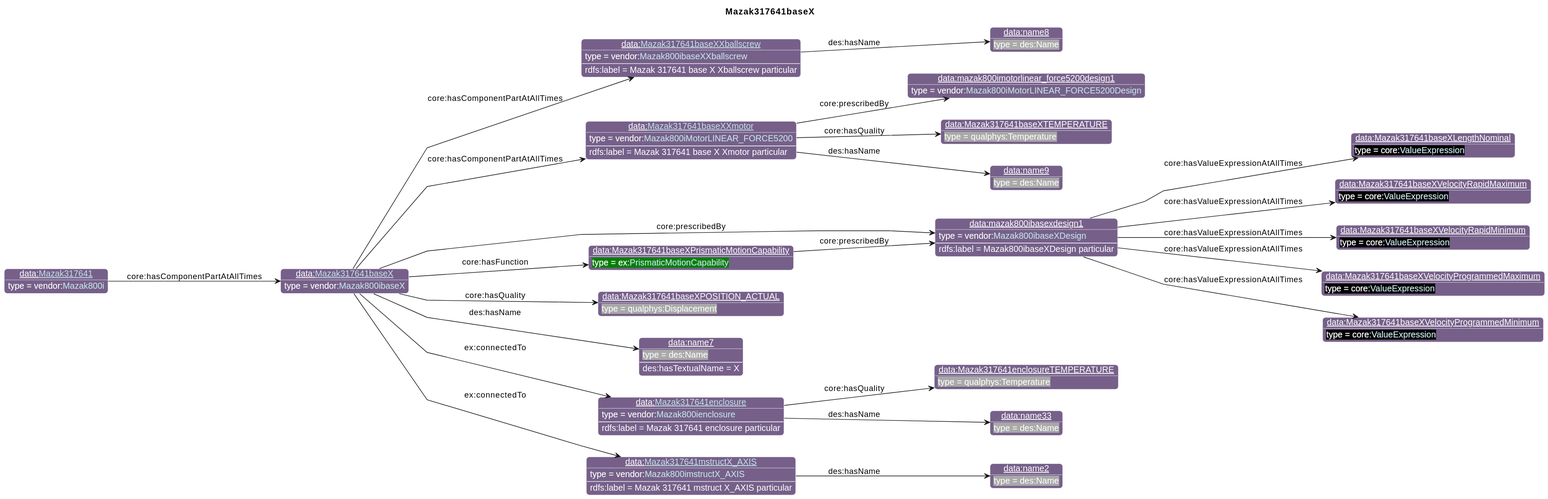
iofoundry/example-syseng-mtconnect keeps this PlantUML diagram as diagrams/Mazak317641baseX.svg. Above is the earlier version.
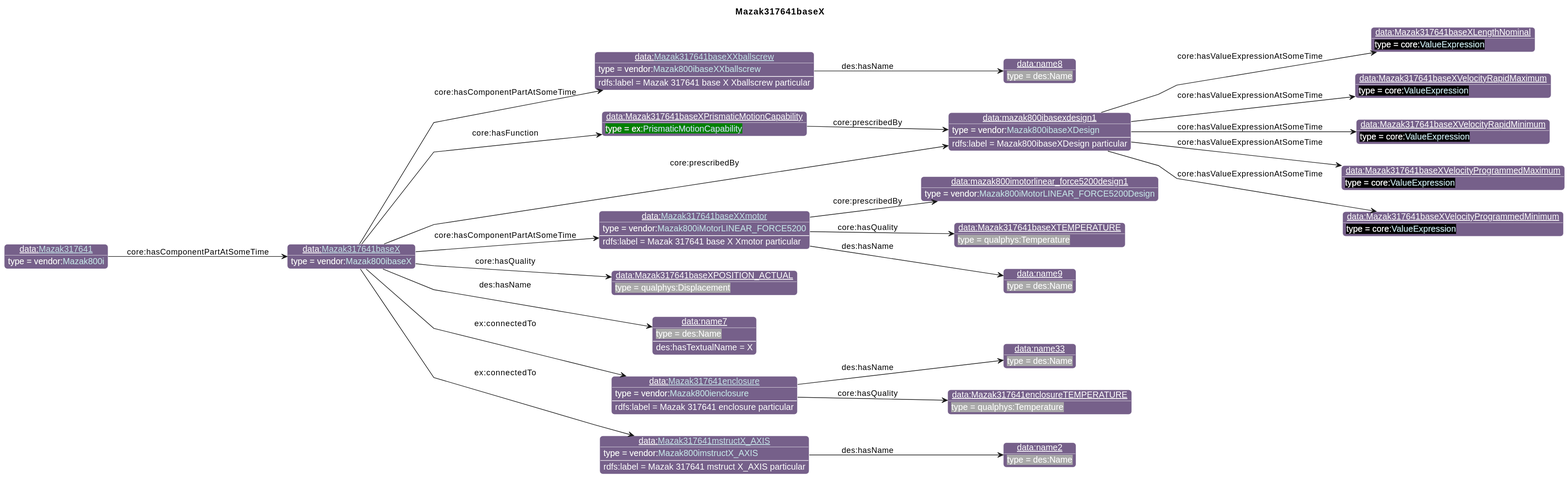
Later version of the same file.

The edit, as a diff of the source:
```diff
@@ -26,18 +26,18 @@
                       "qp":"641B2E"
       }
 individual(o0, data:[[./Mazak317641baseX.html Mazak317641baseX]], vendor:[[../Mazak.html#Mazak800ibaseX Mazak800ibaseX]])
-individual(o1, data:[[./Mazak317641baseXXballscrew.html Mazak317641baseXXballscrew]], vendor:[[../Mazak.html#Mazak800ibaseXXballscrew Mazak800ibaseXXballscrew]])
-individual(o2, data:name8, des:Name)
-individual(o3, data:[[./Mazak317641baseXXmotor.html Mazak317641baseXXmotor]], vendor:[[../Mazak.html#Mazak800iMotorLINEAR_FORCE5200 Mazak800iMotorLINEAR_FORCE5200]])
-individual(o4, data:mazak800imotorlinear_force5200design1, vendor:[[../Mazak.html#Mazak800iMotorLINEAR_FORCE5200Design Mazak800iMotorLINEAR_FORCE5200Design]])
-individual(o5, data:Mazak317641baseXTEMPERATURE, qualphys:Temperature)
-individual(o6, data:name9, des:Name)
-individual(o7, data:mazak800ibasexdesign1, vendor:[[../Mazak.html#Mazak800ibaseXDesign Mazak800ibaseXDesign]])
-individual(o8, data:Mazak317641baseXLengthNominal, core:[[https://spec.industrialontologies.org/ontology/core/Core/ValueExpression ValueExpression]])
-individual(o9, data:Mazak317641baseXVelocityRapidMaximum, core:[[https://spec.industrialontologies.org/ontology/core/Core/ValueExpression ValueExpression]])
-individual(o10, data:Mazak317641baseXVelocityRapidMinimum, core:[[https://spec.industrialontologies.org/ontology/core/Core/ValueExpression ValueExpression]])
-individual(o11, data:Mazak317641baseXVelocityProgrammedMaximum, core:[[https://spec.industrialontologies.org/ontology/core/Core/ValueExpression ValueExpression]])
-individual(o12, data:Mazak317641baseXVelocityProgrammedMinimum, core:[[https://spec.industrialontologies.org/ontology/core/Core/ValueExpression ValueExpression]])
+individual(o1, data:mazak800ibasexdesign1, vendor:[[../Mazak.html#Mazak800ibaseXDesign Mazak800ibaseXDesign]])
+individual(o2, data:Mazak317641baseXLengthNominal, core:[[https://spec.industrialontologies.org/ontology/core/Core/ValueExpression ValueExpression]])
+individual(o3, data:Mazak317641baseXVelocityRapidMaximum, core:[[https://spec.industrialontologies.org/ontology/core/Core/ValueExpression ValueExpression]])
+individual(o4, data:Mazak317641baseXVelocityRapidMinimum, core:[[https://spec.industrialontologies.org/ontology/core/Core/ValueExpression ValueExpression]])
+individual(o5, data:Mazak317641baseXVelocityProgrammedMaximum, core:[[https://spec.industrialontologies.org/ontology/core/Core/ValueExpression ValueExpression]])
+individual(o6, data:Mazak317641baseXVelocityProgrammedMinimum, core:[[https://spec.industrialontologies.org/ontology/core/Core/ValueExpression ValueExpression]])
+individual(o7, data:[[./Mazak317641baseXXballscrew.html Mazak317641baseXXballscrew]], vendor:[[../Mazak.html#Mazak800ibaseXXballscrew Mazak800ibaseXXballscrew]])
+individual(o8, data:name8, des:Name)
+individual(o9, data:[[./Mazak317641baseXXmotor.html Mazak317641baseXXmotor]], vendor:[[../Mazak.html#Mazak800iMotorLINEAR_FORCE5200 Mazak800iMotorLINEAR_FORCE5200]])
+individual(o10, data:mazak800imotorlinear_force5200design1, vendor:[[../Mazak.html#Mazak800iMotorLINEAR_FORCE5200Design Mazak800iMotorLINEAR_FORCE5200Design]])
+individual(o11, data:Mazak317641baseXTEMPERATURE, qualphys:Temperature)
+individual(o12, data:name9, des:Name)
 individual(o13, data:Mazak317641baseXPrismaticMotionCapability, ex:[[../Example.html#PrismaticMotionCapability PrismaticMotionCapability]])
 individual(o14, data:Mazak317641baseXPOSITION_ACTUAL, qualphys:Displacement)
 individual(o15, data:name7, des:Name)
@@ -47,23 +47,23 @@
 individual(o19, data:[[./Mazak317641mstructX_AXIS.html Mazak317641mstructX_AXIS]], vendor:[[../Mazak.html#Mazak800imstructX_AXIS Mazak800imstructX_AXIS]])
 individual(o20, data:name2, des:Name)
 individual(o21, data:[[./Mazak317641.html Mazak317641]], vendor:[[../Mazak.html#Mazak800i Mazak800i]])
-property(o0, "core:hasComponentPartAtAllTimes", o1)
-data(o1, "rdfs:label", "Mazak 317641 base X Xballscrew particular")
-property(o1, "des:hasName", o2)
-property(o0, "core:hasComponentPartAtAllTimes", o3)
-data(o3, "rdfs:label", "Mazak 317641 base X Xmotor particular")
-property(o3, "core:prescribedBy", o4)
-property(o3, "core:hasQuality", o5)
-property(o3, "des:hasName", o6)
-property(o0, "core:prescribedBy", o7)
-data(o7, "rdfs:label", "Mazak800ibaseXDesign particular")
-property(o7, "core:hasValueExpressionAtAllTimes", o8)
-property(o7, "core:hasValueExpressionAtAllTimes", o9)
-property(o7, "core:hasValueExpressionAtAllTimes", o10)
-property(o7, "core:hasValueExpressionAtAllTimes", o11)
-property(o7, "core:hasValueExpressionAtAllTimes", o12)
+property(o0, "core:prescribedBy", o1)
+data(o1, "rdfs:label", "Mazak800ibaseXDesign particular")
+property(o1, "core:hasValueExpressionAtSomeTime", o2)
+property(o1, "core:hasValueExpressionAtSomeTime", o3)
+property(o1, "core:hasValueExpressionAtSomeTime", o4)
+property(o1, "core:hasValueExpressionAtSomeTime", o5)
+property(o1, "core:hasValueExpressionAtSomeTime", o6)
+property(o0, "core:hasComponentPartAtSomeTime", o7)
+data(o7, "rdfs:label", "Mazak 317641 base X Xballscrew particular")
+property(o7, "des:hasName", o8)
+property(o0, "core:hasComponentPartAtSomeTime", o9)
+data(o9, "rdfs:label", "Mazak 317641 base X Xmotor particular")
+property(o9, "core:prescribedBy", o10)
+property(o9, "core:hasQuality", o11)
+property(o9, "des:hasName", o12)
 property(o0, "core:hasFunction", o13)
-property(o13, "core:prescribedBy", o7)
+property(o13, "core:prescribedBy", o1)
 property(o0, "core:hasQuality", o14)
 property(o0, "des:hasName", o15)
 data(o15, "des:hasTextualName", "X")
@@ -74,5 +74,5 @@
 property(o0, "ex:connectedTo", o19)
 data(o19, "rdfs:label", "Mazak 317641 mstruct X_AXIS particular")
 property(o19, "des:hasName", o20)
-property(o21, "core:hasComponentPartAtAllTimes", o0)
+property(o21, "core:hasComponentPartAtSomeTime", o0)
 @enduml
```
